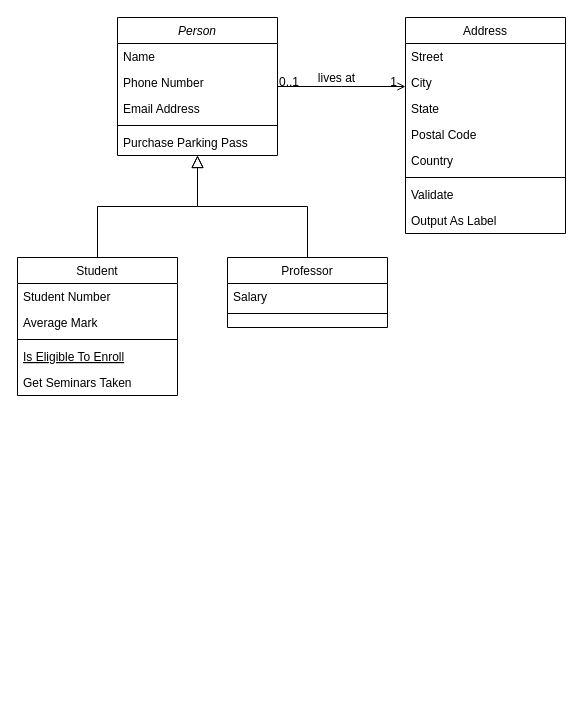
Earlier version of the draw.io diagram Class-Diagram-Perpus-Digital.draw.io.drawio (21abdilah/tefaperpus). Source tidied: cells renumbered, new cells numbered last; positions are measured from the earlier drawing's top-left corner, leaving out a move shared by most shapes. Both pictures are drawn from the tidied source at 100%, with x=0, y=0 at pixel (17, 17).
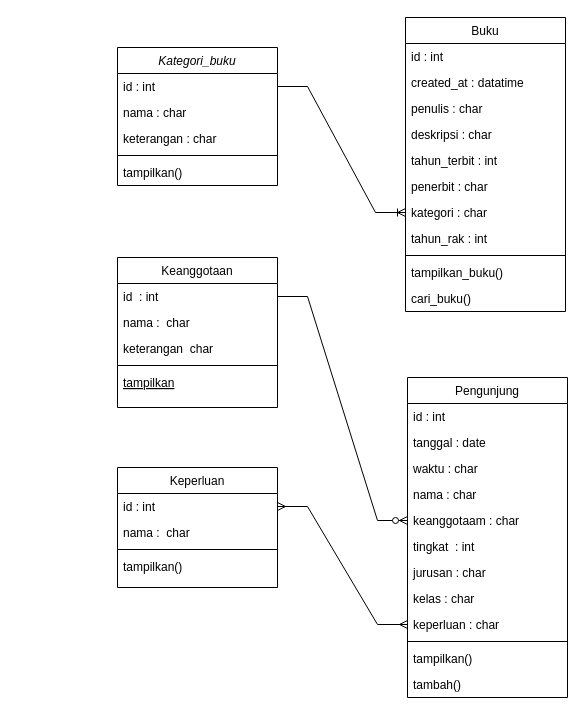
The same page after the edit.

What changed in the source:
```diff
@@
-    <mxCell id="2" value="Person" style="swimlane;fontStyle=2;align=center;verticalAlign=top;horizontal=1;startSize=26;rounded=0;shadow=0;strokeWidth=1;" parent="1" vertex="1">
-      <mxGeometry x="100" width="160" height="138" as="geometry" />
+    <mxCell id="2" value="Kategori_buku" style="swimlane;fontStyle=2;align=center;verticalAlign=top;horizontal=1;startSize=26;rounded=0;shadow=0;strokeWidth=1;" parent="1" vertex="1">
+      <mxGeometry x="100" y="30" width="160" height="138" as="geometry" />
     </mxCell>
-    <mxCell id="3" value="Name" style="text;align=left;verticalAlign=top;spacingLeft=4;spacingRight=4;overflow=hidden;points=[[0,0.5],[1,0.5]];portConstraint=eastwest;" parent="2" vertex="1">
+    <mxCell id="3" value="id : int" style="text;align=left;verticalAlign=top;spacingLeft=4;spacingRight=4;overflow=hidden;points=[[0,0.5],[1,0.5]];portConstraint=eastwest;" parent="2" vertex="1">
       <mxGeometry y="26" width="160" height="26" as="geometry" />
     </mxCell>
-    <mxCell id="4" value="Phone Number" style="text;align=left;verticalAlign=top;spacingLeft=4;spacingRight=4;overflow=hidden;rounded=0;shadow=0;html=0;" parent="2" vertex="1">
+    <mxCell id="4" value="nama : char" style="text;align=left;verticalAlign=top;spacingLeft=4;spacingRight=4;overflow=hidden;rounded=0;shadow=0;html=0;" parent="2" vertex="1">
       <mxGeometry y="52" width="160" height="26" as="geometry" />
     </mxCell>
-    <mxCell id="5" value="Email Address" style="text;align=left;verticalAlign=top;spacingLeft=4;spacingRight=4;overflow=hidden;rounded=0;shadow=0;html=0;" parent="2" vertex="1">
+    <mxCell id="5" value="keterangan : char" style="text;align=left;verticalAlign=top;spacingLeft=4;spacingRight=4;overflow=hidden;rounded=0;shadow=0;html=0;" parent="2" vertex="1">
       <mxGeometry y="78" width="160" height="26" as="geometry" />
     </mxCell>
@@
-    <mxCell id="7" value="Purchase Parking Pass" style="text;align=left;verticalAlign=top;spacingLeft=4;spacingRight=4;overflow=hidden;" parent="2" vertex="1">
+    <mxCell id="7" value="tampilkan()" style="text;align=left;verticalAlign=top;spacingLeft=4;spacingRight=4;overflow=hidden;" parent="2" vertex="1">
       <mxGeometry y="112" width="160" height="26" as="geometry" />
     </mxCell>
-    <mxCell id="8" value="Student" style="swimlane;fontStyle=0;align=center;verticalAlign=top;horizontal=1;startSize=26;rounded=0;shadow=0;strokeWidth=1;" parent="1" vertex="1">
-      <mxGeometry y="240" width="160" height="138" as="geometry" />
+    <mxCell id="8" value="Keanggotaan" style="swimlane;fontStyle=0;align=center;verticalAlign=top;horizontal=1;startSize=26;rounded=0;shadow=0;strokeWidth=1;" parent="1" vertex="1">
+      <mxGeometry x="100" y="240" width="160" height="150" as="geometry" />
     </mxCell>
-    <mxCell id="9" value="Student Number" style="text;align=left;verticalAlign=top;spacingLeft=4;spacingRight=4;overflow=hidden;points=[[0,0.5],[1,0.5]];portConstraint=eastwest;" parent="8" vertex="1">
+    <mxCell id="9" value="id  : int" style="text;align=left;verticalAlign=top;spacingLeft=4;spacingRight=4;overflow=hidden;points=[[0,0.5],[1,0.5]];portConstraint=eastwest;" parent="8" vertex="1">
       <mxGeometry y="26" width="160" height="26" as="geometry" />
     </mxCell>
+    <mxCell id="32" value="nama :  char" style="text;align=left;verticalAlign=top;spacingLeft=4;spacingRight=4;overflow=hidden;" parent="8" vertex="1">
+      <mxGeometry y="52" width="160" height="26" as="geometry" />
+    </mxCell>
-    <mxCell id="10" value="Average Mark" style="text;align=left;verticalAlign=top;spacingLeft=4;spacingRight=4;overflow=hidden;rounded=0;shadow=0;html=0;" parent="8" vertex="1">
-      <mxGeometry y="52" width="160" height="26" as="geometry" />
+    <mxCell id="10" value="keterangan  char" style="text;align=left;verticalAlign=top;spacingLeft=4;spacingRight=4;overflow=hidden;rounded=0;shadow=0;html=0;" parent="8" vertex="1">
+      <mxGeometry y="78" width="160" height="26" as="geometry" />
     </mxCell>
     <mxCell id="11" style="line;html=1;strokeWidth=1;align=left;verticalAlign=middle;spacingTop=-1;spacingLeft=3;spacingRight=3;labelPosition=right;" parent="8" vertex="1">
-      <mxGeometry y="78" width="160" height="8" as="geometry" />
+      <mxGeometry y="104" width="160" height="8" as="geometry" />
     </mxCell>
-    <mxCell id="12" value="Is Eligible To Enroll" style="text;align=left;verticalAlign=top;spacingLeft=4;spacingRight=4;overflow=hidden;fontStyle=4;" parent="8" vertex="1">
-      <mxGeometry y="86" width="160" height="26" as="geometry" />
+    <mxCell id="12" value="tampilkan" style="text;align=left;verticalAlign=top;spacingLeft=4;spacingRight=4;overflow=hidden;fontStyle=4;" parent="8" vertex="1">
+      <mxGeometry y="112" width="160" height="26" as="geometry" />
     </mxCell>
-    <mxCell id="13" value="Get Seminars Taken" style="text;align=left;verticalAlign=top;spacingLeft=4;spacingRight=4;overflow=hidden;" parent="8" vertex="1">
-      <mxGeometry y="112" width="160" height="26" as="geometry" />
-    </mxCell>
-    <mxCell id="14" style="endArrow=block;endSize=10;endFill=0;shadow=0;strokeWidth=1;rounded=0;edgeStyle=elbowEdgeStyle;elbow=vertical;" parent="1" edge="1" source="8" target="2">
-      <mxGeometry relative="1" as="geometry" />
-    </mxCell>
-    <mxCell id="15" value="Professor" style="swimlane;fontStyle=0;align=center;verticalAlign=top;horizontal=1;startSize=26;rounded=0;shadow=0;strokeWidth=1;" parent="1" vertex="1">
-      <mxGeometry x="210" y="240" width="160" height="70" as="geometry" />
-    </mxCell>
-    <mxCell id="16" value="Salary" style="text;align=left;verticalAlign=top;spacingLeft=4;spacingRight=4;overflow=hidden;" parent="15" vertex="1">
-      <mxGeometry y="26" width="160" height="26" as="geometry" />
-    </mxCell>
-    <mxCell id="17" style="line;html=1;strokeWidth=1;align=left;verticalAlign=middle;spacingTop=-1;spacingLeft=3;spacingRight=3;labelPosition=right;" parent="15" vertex="1">
-      <mxGeometry y="52" width="160" height="8" as="geometry" />
-    </mxCell>
-    <mxCell id="18" style="endArrow=block;endSize=10;endFill=0;shadow=0;strokeWidth=1;rounded=0;edgeStyle=elbowEdgeStyle;elbow=vertical;" parent="1" edge="1" source="15" target="2">
-      <mxGeometry relative="1" as="geometry" />
-    </mxCell>
-    <mxCell id="19" value="Address" style="swimlane;fontStyle=0;align=center;verticalAlign=top;horizontal=1;startSize=26;rounded=0;shadow=0;strokeWidth=1;" parent="1" vertex="1">
-      <mxGeometry x="388" width="160" height="216" as="geometry" />
+    <mxCell id="19" value="Buku" style="swimlane;fontStyle=0;align=center;verticalAlign=top;horizontal=1;startSize=26;rounded=0;shadow=0;strokeWidth=1;" parent="1" vertex="1">
+      <mxGeometry x="388" width="160" height="294" as="geometry" />
     </mxCell>
-    <mxCell id="20" value="Street" style="text;align=left;verticalAlign=top;spacingLeft=4;spacingRight=4;overflow=hidden;" parent="19" vertex="1">
+    <mxCell id="20" value="id : int" style="text;align=left;verticalAlign=top;spacingLeft=4;spacingRight=4;overflow=hidden;" parent="19" vertex="1">
       <mxGeometry y="26" width="160" height="26" as="geometry" />
     </mxCell>
-    <mxCell id="21" value="City" style="text;align=left;verticalAlign=top;spacingLeft=4;spacingRight=4;overflow=hidden;rounded=0;shadow=0;html=0;" parent="19" vertex="1">
+    <mxCell id="21" value="created_at : datatime" style="text;align=left;verticalAlign=top;spacingLeft=4;spacingRight=4;overflow=hidden;rounded=0;shadow=0;html=0;" parent="19" vertex="1">
       <mxGeometry y="52" width="160" height="26" as="geometry" />
     </mxCell>
-    <mxCell id="22" value="State" style="text;align=left;verticalAlign=top;spacingLeft=4;spacingRight=4;overflow=hidden;rounded=0;shadow=0;html=0;" parent="19" vertex="1">
+    <mxCell id="22" value="penulis : char" style="text;align=left;verticalAlign=top;spacingLeft=4;spacingRight=4;overflow=hidden;rounded=0;shadow=0;html=0;" parent="19" vertex="1">
       <mxGeometry y="78" width="160" height="26" as="geometry" />
     </mxCell>
-    <mxCell id="23" value="Postal Code" style="text;align=left;verticalAlign=top;spacingLeft=4;spacingRight=4;overflow=hidden;rounded=0;shadow=0;html=0;" parent="19" vertex="1">
+    <mxCell id="23" value="deskripsi : char" style="text;align=left;verticalAlign=top;spacingLeft=4;spacingRight=4;overflow=hidden;rounded=0;shadow=0;html=0;" parent="19" vertex="1">
       <mxGeometry y="104" width="160" height="26" as="geometry" />
     </mxCell>
-    <mxCell id="24" value="Country" style="text;align=left;verticalAlign=top;spacingLeft=4;spacingRight=4;overflow=hidden;rounded=0;shadow=0;html=0;" parent="19" vertex="1">
+    <mxCell id="24" value="tahun_terbit : int" style="text;align=left;verticalAlign=top;spacingLeft=4;spacingRight=4;overflow=hidden;rounded=0;shadow=0;html=0;" parent="19" vertex="1">
       <mxGeometry y="130" width="160" height="26" as="geometry" />
     </mxCell>
+    <mxCell id="33" value="penerbit : char" style="text;align=left;verticalAlign=top;spacingLeft=4;spacingRight=4;overflow=hidden;rounded=0;shadow=0;html=0;" parent="19" vertex="1">
+      <mxGeometry y="156" width="160" height="26" as="geometry" />
+    </mxCell>
+    <mxCell id="34" value="kategori : char" style="text;align=left;verticalAlign=top;spacingLeft=4;spacingRight=4;overflow=hidden;points=[[0,0.5],[1,0.5]];portConstraint=eastwest;rounded=0;shadow=0;html=0;" parent="19" vertex="1">
+      <mxGeometry y="182" width="160" height="26" as="geometry" />
+    </mxCell>
+    <mxCell id="35" value="tahun_rak : int" style="text;align=left;verticalAlign=top;spacingLeft=4;spacingRight=4;overflow=hidden;rounded=0;shadow=0;html=0;" parent="19" vertex="1">
+      <mxGeometry y="208" width="160" height="26" as="geometry" />
+    </mxCell>
     <mxCell id="25" style="line;html=1;strokeWidth=1;align=left;verticalAlign=middle;spacingTop=-1;spacingLeft=3;spacingRight=3;labelPosition=right;" parent="19" vertex="1">
-      <mxGeometry y="156" width="160" height="8" as="geometry" />
+      <mxGeometry y="234" width="160" height="8" as="geometry" />
     </mxCell>
-    <mxCell id="26" value="Validate" style="text;align=left;verticalAlign=top;spacingLeft=4;spacingRight=4;overflow=hidden;" parent="19" vertex="1">
-      <mxGeometry y="164" width="160" height="26" as="geometry" />
+    <mxCell id="26" value="tampilkan_buku()" style="text;align=left;verticalAlign=top;spacingLeft=4;spacingRight=4;overflow=hidden;" parent="19" vertex="1">
+      <mxGeometry y="242" width="160" height="26" as="geometry" />
     </mxCell>
-    <mxCell id="27" value="Output As Label" style="text;align=left;verticalAlign=top;spacingLeft=4;spacingRight=4;overflow=hidden;" parent="19" vertex="1">
-      <mxGeometry y="190" width="160" height="26" as="geometry" />
+    <mxCell id="27" value="cari_buku()" style="text;align=left;verticalAlign=top;spacingLeft=4;spacingRight=4;overflow=hidden;" parent="19" vertex="1">
+      <mxGeometry y="268" width="160" height="26" as="geometry" />
     </mxCell>
-    <mxCell id="28" style="endArrow=open;shadow=0;strokeWidth=1;rounded=0;endFill=1;edgeStyle=elbowEdgeStyle;elbow=vertical;" parent="1" edge="1" source="2" target="19">
-      <mxGeometry x="0.5" y="41" relative="1" as="geometry">
-        <mxPoint x="-40" y="32" as="offset" />
-      </mxGeometry>
-    </mxCell>
-    <mxCell id="29" value="0..1" style="align=left;verticalAlign=bottom;labelBackgroundColor=none;fontSize=12;" parent="28" vertex="1">
-      <mxGeometry x="-1" relative="1" as="geometry">
-        <mxPoint y="4" as="offset" />
-      </mxGeometry>
-    </mxCell>
-    <mxCell id="30" value="1" style="align=right;verticalAlign=bottom;labelBackgroundColor=none;fontSize=12;" parent="28" vertex="1">
-      <mxGeometry x="1" relative="1" as="geometry">
-        <mxPoint x="-7" y="4" as="offset" />
-      </mxGeometry>
-    </mxCell>
-    <mxCell id="31" value="lives at" style="text;html=1;align=center;verticalAlign=middle;labelBackgroundColor=none;rounded=0;shadow=0;strokeWidth=1;fontSize=12;" parent="28" vertex="1">
-      <mxGeometry x="0.5" y="49" relative="1" as="geometry">
-        <mxPoint x="-38" y="40" as="offset" />
-      </mxGeometry>
-    </mxCell>
+    <mxCell id="36" value="Keperluan" style="swimlane;fontStyle=0;align=center;verticalAlign=top;horizontal=1;startSize=26;rounded=0;shadow=0;strokeWidth=1;" parent="1" vertex="1">
+      <mxGeometry x="100" y="450" width="160" height="120" as="geometry" />
+    </mxCell>
+    <mxCell id="37" value="id : int" style="text;align=left;verticalAlign=top;spacingLeft=4;spacingRight=4;overflow=hidden;points=[[0,0.5],[1,0.5]];portConstraint=eastwest;" parent="36" vertex="1">
+      <mxGeometry y="26" width="160" height="26" as="geometry" />
+    </mxCell>
+    <mxCell id="38" value="nama :  char" style="text;align=left;verticalAlign=top;spacingLeft=4;spacingRight=4;overflow=hidden;rounded=0;shadow=0;html=0;" parent="36" vertex="1">
+      <mxGeometry y="52" width="160" height="26" as="geometry" />
+    </mxCell>
+    <mxCell id="39" style="line;html=1;strokeWidth=1;align=left;verticalAlign=middle;spacingTop=-1;spacingLeft=3;spacingRight=3;labelPosition=right;" parent="36" vertex="1">
+      <mxGeometry y="78" width="160" height="8" as="geometry" />
+    </mxCell>
+    <mxCell id="40" value="tampilkan()    " style="text;align=left;verticalAlign=top;spacingLeft=4;spacingRight=4;overflow=hidden;fontStyle=0;" parent="36" vertex="1">
+      <mxGeometry y="86" width="160" height="26" as="geometry" />
+    </mxCell>
+    <mxCell id="41" value="Pengunjung" style="swimlane;fontStyle=0;align=center;verticalAlign=top;horizontal=1;startSize=26;rounded=0;shadow=0;strokeWidth=1;" parent="1" vertex="1">
+      <mxGeometry x="390" y="360" width="160" height="320" as="geometry" />
+    </mxCell>
+    <mxCell id="42" value="id : int" style="text;align=left;verticalAlign=top;spacingLeft=4;spacingRight=4;overflow=hidden;" parent="41" vertex="1">
+      <mxGeometry y="26" width="160" height="26" as="geometry" />
+    </mxCell>
+    <mxCell id="43" value="tanggal : date" style="text;align=left;verticalAlign=top;spacingLeft=4;spacingRight=4;overflow=hidden;rounded=0;shadow=0;html=0;" parent="41" vertex="1">
+      <mxGeometry y="52" width="160" height="26" as="geometry" />
+    </mxCell>
+    <mxCell id="44" value="waktu : char" style="text;align=left;verticalAlign=top;spacingLeft=4;spacingRight=4;overflow=hidden;rounded=0;shadow=0;html=0;" parent="41" vertex="1">
+      <mxGeometry y="78" width="160" height="26" as="geometry" />
+    </mxCell>
+    <mxCell id="45" value="nama : char" style="text;align=left;verticalAlign=top;spacingLeft=4;spacingRight=4;overflow=hidden;rounded=0;shadow=0;html=0;" parent="41" vertex="1">
+      <mxGeometry y="104" width="160" height="26" as="geometry" />
+    </mxCell>
+    <mxCell id="46" value="keanggotaam : char" style="text;align=left;verticalAlign=top;spacingLeft=4;spacingRight=4;overflow=hidden;points=[[0,0.5],[1,0.5]];portConstraint=eastwest;rounded=0;shadow=0;html=0;" parent="41" vertex="1">
+      <mxGeometry y="130" width="160" height="26" as="geometry" />
+    </mxCell>
+    <mxCell id="47" value="tingkat  : int" style="text;align=left;verticalAlign=top;spacingLeft=4;spacingRight=4;overflow=hidden;rounded=0;shadow=0;html=0;" parent="41" vertex="1">
+      <mxGeometry y="156" width="160" height="26" as="geometry" />
+    </mxCell>
+    <mxCell id="48" value="jurusan : char" style="text;align=left;verticalAlign=top;spacingLeft=4;spacingRight=4;overflow=hidden;rounded=0;shadow=0;html=0;" parent="41" vertex="1">
+      <mxGeometry y="182" width="160" height="26" as="geometry" />
+    </mxCell>
+    <mxCell id="49" value="kelas : char" style="text;align=left;verticalAlign=top;spacingLeft=4;spacingRight=4;overflow=hidden;rounded=0;shadow=0;html=0;" parent="41" vertex="1">
+      <mxGeometry y="208" width="160" height="26" as="geometry" />
+    </mxCell>
+    <mxCell id="50" value="keperluan : char" style="text;align=left;verticalAlign=top;spacingLeft=4;spacingRight=4;overflow=hidden;points=[[0,0.5],[1,0.5]];portConstraint=eastwest;rounded=0;shadow=0;html=0;" parent="41" vertex="1">
+      <mxGeometry y="234" width="160" height="26" as="geometry" />
+    </mxCell>
+    <mxCell id="51" style="line;html=1;strokeWidth=1;align=left;verticalAlign=middle;spacingTop=-1;spacingLeft=3;spacingRight=3;labelPosition=right;" parent="41" vertex="1">
+      <mxGeometry y="260" width="160" height="8" as="geometry" />
+    </mxCell>
+    <mxCell id="52" value="tampilkan()" style="text;align=left;verticalAlign=top;spacingLeft=4;spacingRight=4;overflow=hidden;" parent="41" vertex="1">
+      <mxGeometry y="268" width="160" height="26" as="geometry" />
+    </mxCell>
+    <mxCell id="53" value="tambah()" style="text;align=left;verticalAlign=top;spacingLeft=4;spacingRight=4;overflow=hidden;" parent="41" vertex="1">
+      <mxGeometry y="294" width="160" height="26" as="geometry" />
+    </mxCell>
+    <mxCell id="54" style="edgeStyle=entityRelationEdgeStyle;fontSize=12;html=1;endArrow=ERoneToMany;rounded=0;exitX=1;exitY=0.5;exitDx=0;exitDy=0;" parent="1" edge="1" source="3" target="34">
+      <mxGeometry relative="1" as="geometry">
+        <Array as="points">
+          <mxPoint x="320" y="310" />
+          <mxPoint x="300" y="280" />
+        </Array>
+      </mxGeometry>
+    </mxCell>
+    <mxCell id="55" style="edgeStyle=entityRelationEdgeStyle;fontSize=12;html=1;endArrow=ERzeroToMany;endFill=1;rounded=0;exitX=1;exitY=0.5;exitDx=0;exitDy=0;" parent="1" edge="1" source="9" target="46">
+      <mxGeometry relative="1" as="geometry" />
+    </mxCell>
+    <mxCell id="56" style="edgeStyle=entityRelationEdgeStyle;fontSize=12;html=1;endArrow=ERmany;startArrow=ERmany;rounded=0;entryX=0;entryY=0.5;entryDx=0;entryDy=0;exitX=1;exitY=0.5;exitDx=0;exitDy=0;" parent="1" edge="1" source="37" target="50">
+      <mxGeometry relative="1" as="geometry" />
+    </mxCell>
```
